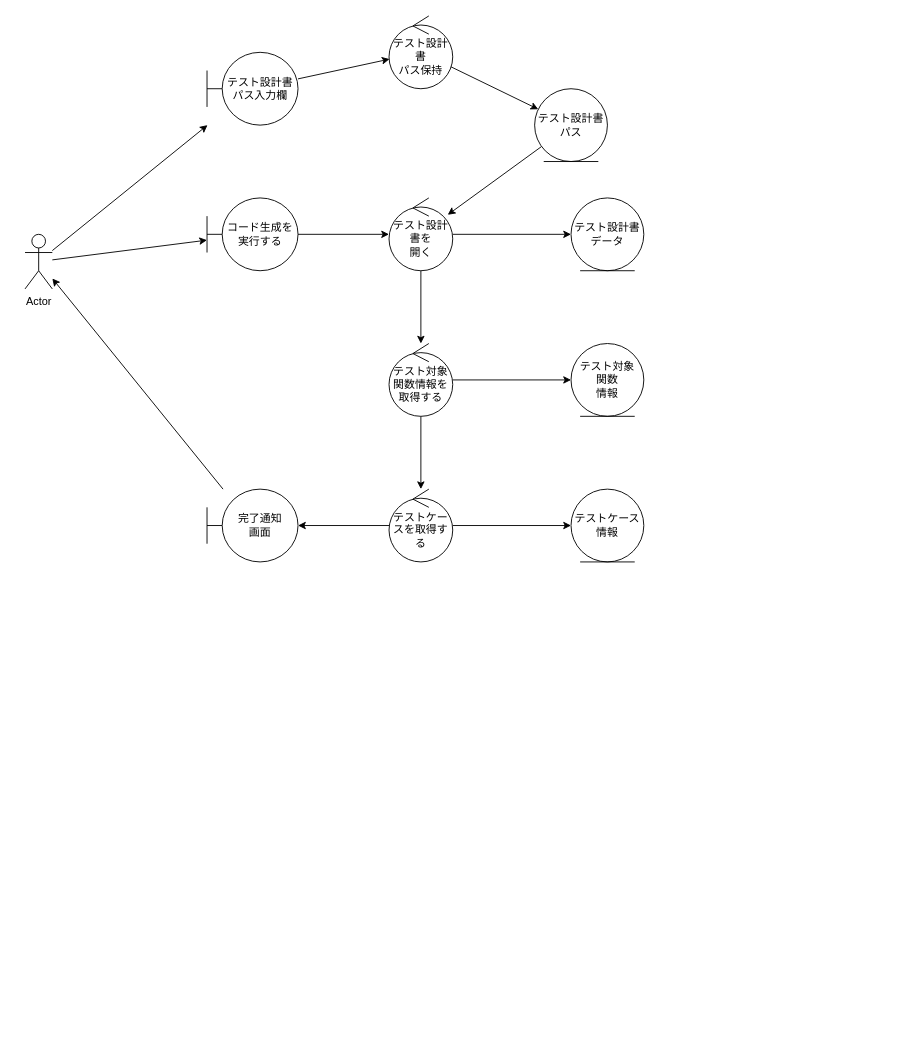
This is page "Robustness_001" (2 of 7) of AutoTestPrep/doc/design/AutoTestPrep.drawio from CountrySideEngineer/TestSupportTools, a draw.io file, before an edit. Source tidied: cells renumbered, new cells numbered last; positions are measured from the earlier drawing's top-left corner, leaving out a move shared by most shapes. Both pictures are drawn from the tidied source at 91%, with x=0, y=0 at pixel (25, 15).
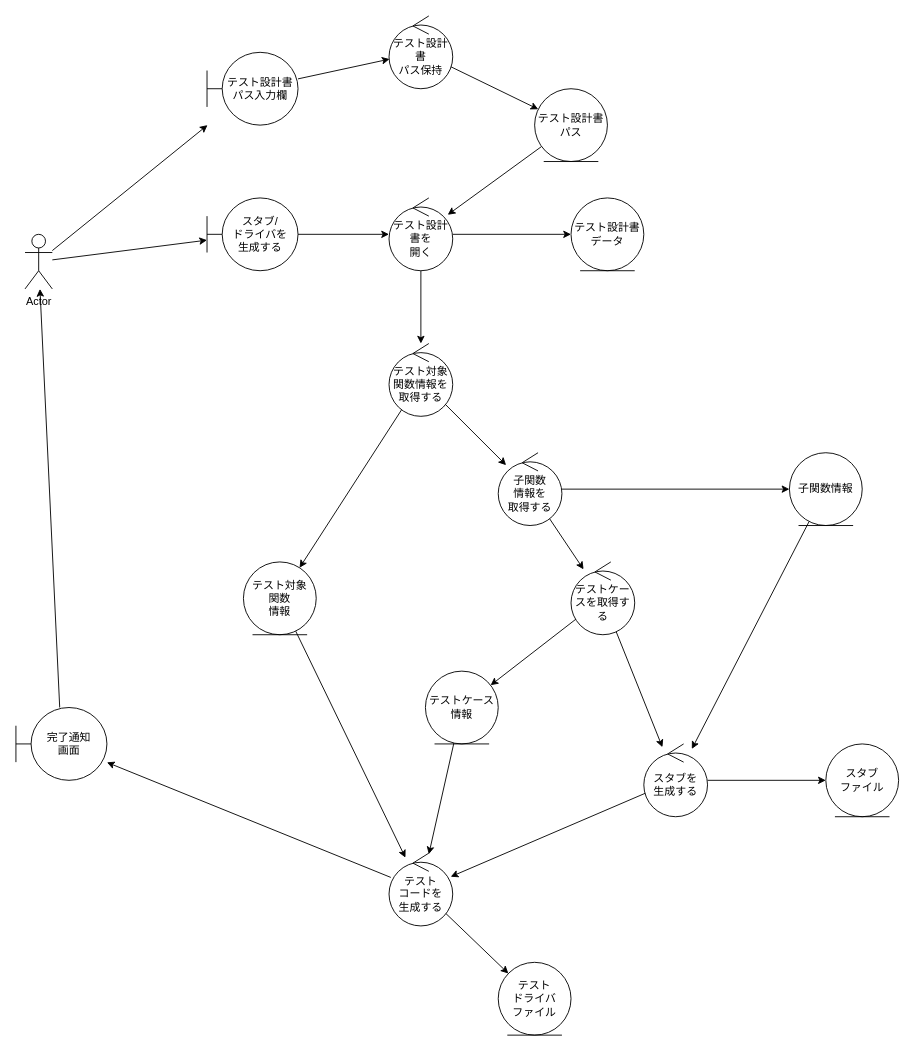
After the change.

The change refers to these unchanged cells:
```xml
<mxCell id="21" value="テスト対象&lt;br&gt;関数情報を取得する" style="ellipse;shape=umlControl;whiteSpace=wrap;html=1;" parent="1" vertex="1">
  <mxGeometry x="400" y="360" width="70" height="80" as="geometry" />
</mxCell>
```

Diff of the diagram source:
```diff
@@
-    <mxCell id="12" value="コード生成を&lt;br&gt;実行する" style="shape=umlBoundary;whiteSpace=wrap;html=1;" parent="1" vertex="1">
+    <mxCell id="12" value="スタブ/&lt;br&gt;ドライバを&lt;br&gt;生成する" style="shape=umlBoundary;whiteSpace=wrap;html=1;" parent="1" vertex="1">
       <mxGeometry x="200" y="200" width="100" height="80" as="geometry" />
     </mxCell>
@@
+    <mxCell id="27" style="edgeStyle=none;rounded=0;jettySize=auto;html=1;" parent="1" edge="1" source="16" target="40">
+      <mxGeometry relative="1" as="geometry" />
+    </mxCell>
     <mxCell id="16" value="テスト対象&lt;br&gt;関数&lt;br&gt;情報" style="ellipse;shape=umlEntity;whiteSpace=wrap;html=1;" parent="1" vertex="1">
-      <mxGeometry x="600" y="360" width="80" height="80" as="geometry" />
+      <mxGeometry x="240" y="600" width="80" height="80" as="geometry" />
     </mxCell>
+    <mxCell id="28" style="edgeStyle=none;rounded=0;jettySize=auto;html=1;" parent="1" edge="1" source="17" target="40">
+      <mxGeometry relative="1" as="geometry" />
+    </mxCell>
     <mxCell id="17" value="テストケース&lt;br&gt;情報" style="ellipse;shape=umlEntity;whiteSpace=wrap;html=1;" parent="1" vertex="1">
-      <mxGeometry x="600" y="520" width="80" height="80" as="geometry" />
+      <mxGeometry x="440" y="720" width="80" height="80" as="geometry" />
     </mxCell>
@@
-    <mxCell id="20" style="edgeStyle=none;rounded=0;jettySize=auto;html=1;" parent="1" edge="1" source="21" target="24">
+    <mxCell id="20" style="edgeStyle=none;rounded=0;jettySize=auto;html=1;" parent="1" edge="1" source="21" target="31">
       <mxGeometry relative="1" as="geometry" />
     </mxCell>
@@
-    <mxCell id="23" style="edgeStyle=none;rounded=0;jettySize=auto;html=1;" parent="1" edge="1" source="24" target="26">
+    <mxCell id="23" style="edgeStyle=none;rounded=0;jettySize=auto;html=1;" parent="1" edge="1" source="24" target="36">
       <mxGeometry relative="1" as="geometry" />
     </mxCell>
     <mxCell id="24" value="テストケースを取得する" style="ellipse;shape=umlControl;whiteSpace=wrap;html=1;" parent="1" vertex="1">
-      <mxGeometry x="400" y="520" width="70" height="80" as="geometry" />
+      <mxGeometry x="600" y="600" width="70" height="80" as="geometry" />
     </mxCell>
@@
     <mxCell id="26" value="完了通知&lt;br&gt;画面" style="shape=umlBoundary;whiteSpace=wrap;html=1;" parent="1" vertex="1">
-      <mxGeometry x="200" y="520" width="100" height="80" as="geometry" />
+      <mxGeometry x="-10" y="760" width="100" height="80" as="geometry" />
     </mxCell>
+    <mxCell id="29" style="edgeStyle=orthogonalEdgeStyle;rounded=0;jettySize=auto;html=1;" parent="1" edge="1" source="31" target="33">
+      <mxGeometry relative="1" as="geometry" />
+    </mxCell>
+    <mxCell id="30" style="rounded=0;jettySize=auto;html=1;" parent="1" edge="1" source="31" target="24">
+      <mxGeometry relative="1" as="geometry" />
+    </mxCell>
+    <mxCell id="31" value="子関数&lt;br&gt;情報を&lt;br&gt;取得する" style="ellipse;shape=umlControl;whiteSpace=wrap;html=1;" parent="1" vertex="1">
+      <mxGeometry x="520" y="480" width="70" height="80" as="geometry" />
+    </mxCell>
+    <mxCell id="32" style="rounded=0;jettySize=auto;html=1;" parent="1" edge="1" source="33" target="36">
+      <mxGeometry relative="1" as="geometry" />
+    </mxCell>
+    <mxCell id="33" value="子関数情報" style="ellipse;shape=umlEntity;whiteSpace=wrap;html=1;" parent="1" vertex="1">
+      <mxGeometry x="840" y="480" width="80" height="80" as="geometry" />
+    </mxCell>
+    <mxCell id="34" style="edgeStyle=orthogonalEdgeStyle;rounded=0;jettySize=auto;html=1;" parent="1" edge="1" source="36" target="37">
+      <mxGeometry relative="1" as="geometry" />
+    </mxCell>
+    <mxCell id="35" style="edgeStyle=none;rounded=0;jettySize=auto;html=1;" parent="1" edge="1" source="36" target="40">
+      <mxGeometry relative="1" as="geometry" />
+    </mxCell>
+    <mxCell id="36" value="スタブを&lt;br&gt;生成する" style="ellipse;shape=umlControl;whiteSpace=wrap;html=1;" parent="1" vertex="1">
+      <mxGeometry x="680" y="800" width="70" height="80" as="geometry" />
+    </mxCell>
+    <mxCell id="37" value="スタブ&lt;br&gt;ファイル" style="ellipse;shape=umlEntity;whiteSpace=wrap;html=1;" parent="1" vertex="1">
+      <mxGeometry x="880" y="800" width="80" height="80" as="geometry" />
+    </mxCell>
+    <mxCell id="38" style="rounded=0;jettySize=auto;html=1;" parent="1" edge="1" source="40" target="41">
+      <mxGeometry relative="1" as="geometry" />
+    </mxCell>
+    <mxCell id="39" style="edgeStyle=none;rounded=0;jettySize=auto;html=1;" parent="1" edge="1" source="40" target="26">
+      <mxGeometry relative="1" as="geometry" />
+    </mxCell>
+    <mxCell id="40" value="テスト&lt;br&gt;コードを&lt;br&gt;生成する" style="ellipse;shape=umlControl;whiteSpace=wrap;html=1;" parent="1" vertex="1">
+      <mxGeometry x="400" y="920" width="70" height="80" as="geometry" />
+    </mxCell>
+    <mxCell id="41" value="テスト&lt;br&gt;ドライバ&lt;br&gt;ファイル" style="ellipse;shape=umlEntity;whiteSpace=wrap;html=1;" parent="1" vertex="1">
+      <mxGeometry x="520" y="1040" width="80" height="80" as="geometry" />
+    </mxCell>
```
